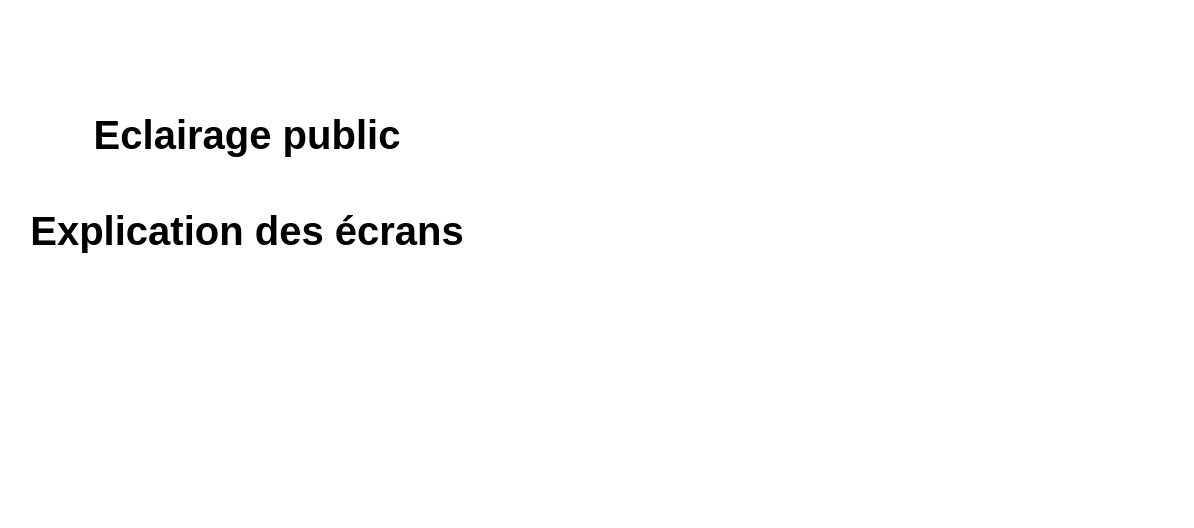
The draw.io diagram page "Entete" (1 of 7) of res/eclairage_public_ecrans.drawio in sosandroid/EclairagePublic, before the edit. Source tidied: cells renumbered, new cells numbered last; positions are measured from the earlier drawing's top-left corner, leaving out a move shared by most shapes. Both pictures are drawn from the tidied source at 100%, with x=0, y=0 at pixel (17, 17).
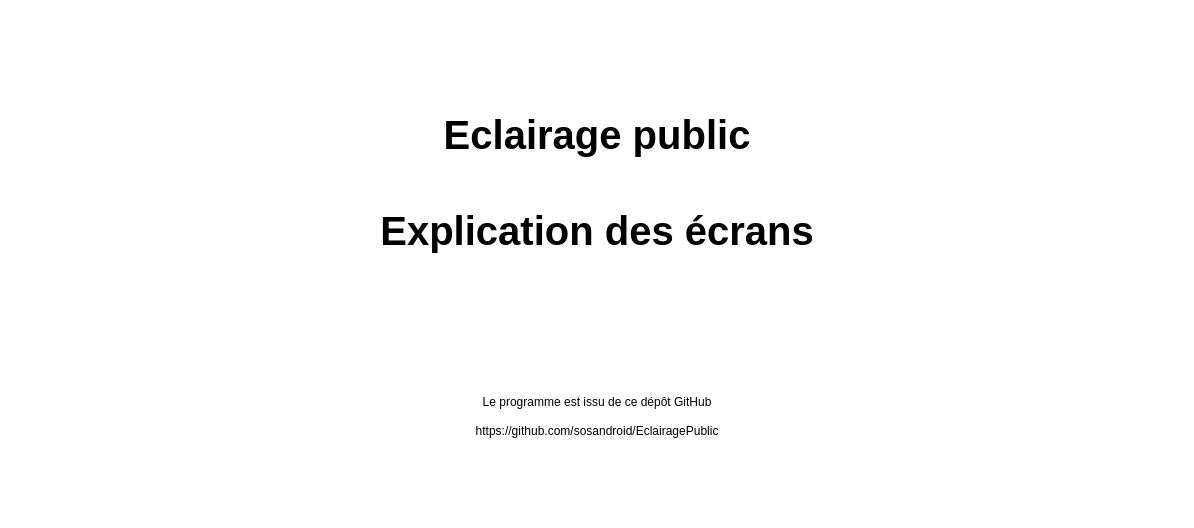
After the change.

Change to the diagram source:
```diff
@@
 <mxGraphModel>
   <root>
     <mxCell id="0" />
     <mxCell id="1" parent="0" />
     <mxCell id="2" value="Eclairage public&lt;div&gt;&lt;br&gt;&lt;/div&gt;&lt;div&gt;Explication des écrans&lt;/div&gt;" style="text;html=1;align=center;verticalAlign=middle;whiteSpace=wrap;rounded=0;fontStyle=1;fontSize=40;" parent="1" vertex="1">
-      <mxGeometry width="460" height="330" as="geometry" />
+      <mxGeometry width="1160" height="330" as="geometry" />
     </mxCell>
+    <mxCell id="3" value="Le programme est issu de ce dépôt GitHub&lt;div&gt;&lt;br&gt;&lt;/div&gt;https://github.com/sosandroid/EclairagePublic" style="text;html=1;whiteSpace=wrap;overflow=hidden;rounded=0;align=center;" parent="1" vertex="1">
+      <mxGeometry y="371" width="1160" height="120" as="geometry" />
+    </mxCell>
   </root>
 </mxGraphModel>
```
